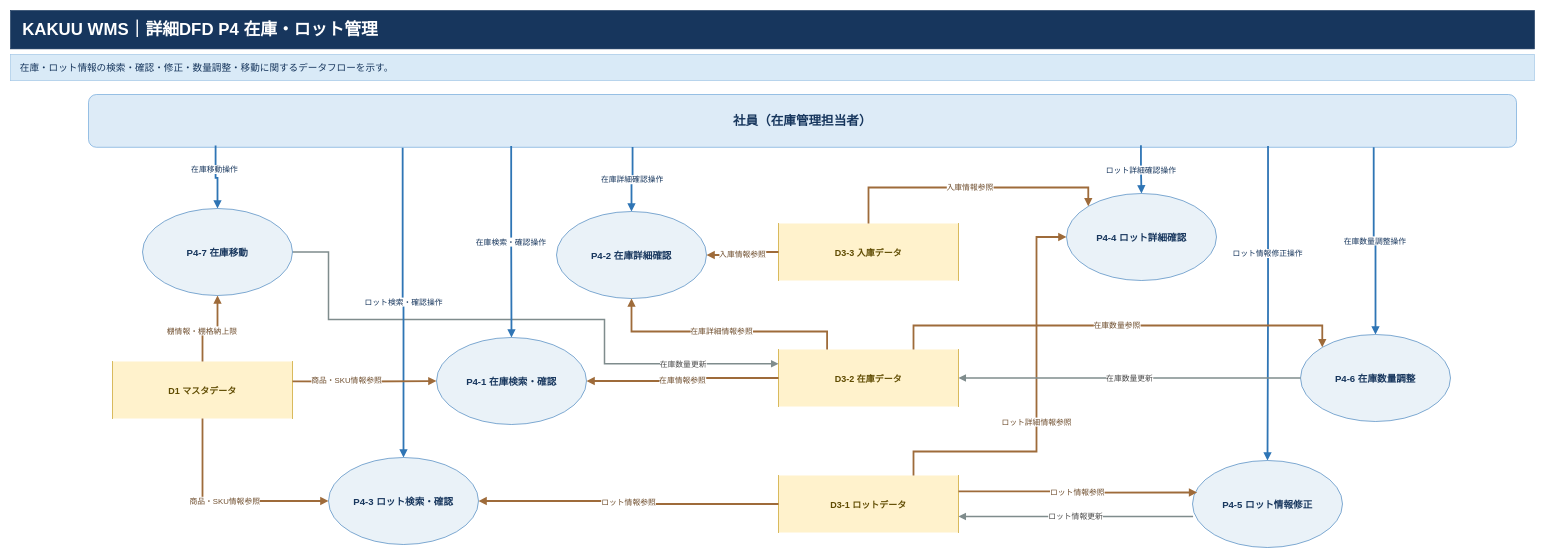
hino-115/Portfolio-Kakuu-WMS keeps this draw.io diagram as docs/03_外部設計/03_詳細DFD/source/詳細WMS_DFD_P4.drawio. Above is the earlier version. Source tidied: cells renumbered, new cells numbered last; positions are measured from the earlier drawing's top-left corner, leaving out a move shared by most shapes. Both pictures are drawn from the tidied source at 60%, with x=0, y=0 at pixel (10, 10).
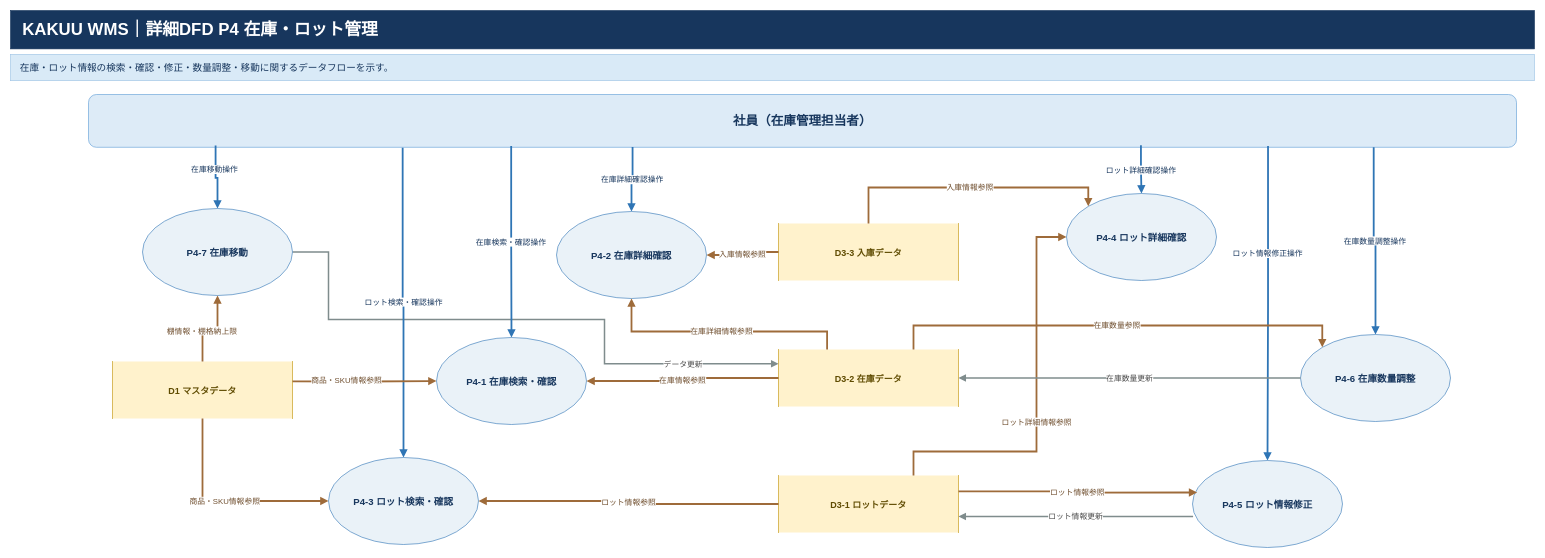
Above is the later version.

The change refers to these unchanged cells:
```xml
<mxCell id="14" value="D3-2 在庫データ" style="shape=partialRectangle;whiteSpace=wrap;html=1;top=0;bottom=0;left=1;right=1;fillColor=#FFF2CC;strokeColor=#BF9000;fontColor=#5F4B00;fontStyle=1;fontSize=15;align=center;verticalAlign=middle;" parent="1" vertex="1">
  <mxGeometry x="1280" y="565" width="300" height="95" as="geometry" />
</mxCell>
<mxCell id="34" value="P4-7 在庫移動" style="ellipse;whiteSpace=wrap;html=1;fillColor=#EAF2F8;strokeColor=#2F75B5;fontColor=#17365D;fontStyle=1;fontSize=16;align=center;verticalAlign=middle;" parent="1" vertex="1">
  <mxGeometry x="220" y="330" width="250" height="145" as="geometry" />
</mxCell>
```

Diff of the diagram source:
```diff
@@
-    <mxCell id="2" value="在庫数量更新" style="edgeStyle=orthogonalEdgeStyle;rounded=0;jettySize=auto;html=1;endArrow=block;endFill=1;strokeWidth=2.5;strokeColor=#7F8C8D;fontSize=13;fontColor=#4A4A4A;labelBackgroundColor=#FFFFFF;exitX=1;exitY=0.5;entryX=0;entryY=0.25;exitDx=0;exitDy=0;entryDx=0;entryDy=0;" parent="1" edge="1" source="34" target="14">
+    <mxCell id="2" value="データ更新" style="edgeStyle=orthogonalEdgeStyle;rounded=0;jettySize=auto;html=1;endArrow=block;endFill=1;strokeWidth=2.5;strokeColor=#7F8C8D;fontSize=13;fontColor=#4A4A4A;labelBackgroundColor=#FFFFFF;exitX=1;exitY=0.5;entryX=0;entryY=0.25;exitDx=0;exitDy=0;entryDx=0;entryDy=0;" parent="1" edge="1" source="34" target="14">
       <mxGeometry x="0.68" relative="1" as="geometry">
         <Array as="points">
           <mxPoint x="530" y="402.5" />
           <mxPoint x="530" y="515" />
           <mxPoint x="990" y="515" />
           <mxPoint x="990" y="588.8" />
         </Array>
       </mxGeometry>
     </mxCell>
```
